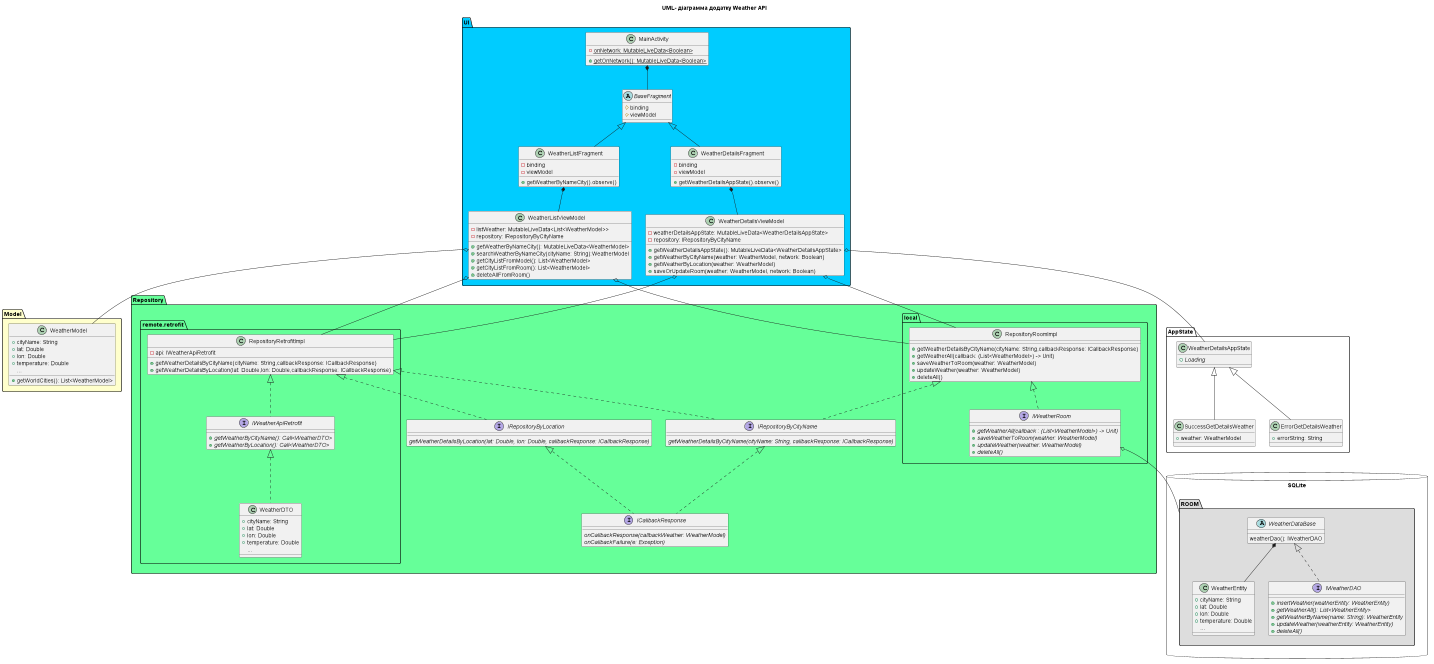
Earlier version of the PlantUML export UML_diagram.png (AlexYach1973/MVVMRetrofitRoom). The source it was exported from:
```plantuml
@startuml

title
UML- діаграмма додатку Weather API
end title

package Model #FFFFCC {
    class WeatherModel {
        + cityName: String
        + lat: Double
        + lon: Double
        + temperature: Double
        ...
        + getWorldCities(): List<WeatherModel>
    }
}

package UI #00CCFF {

    class MainActivity {
    - {static}onNetwork: MutableLiveData<Boolean>
    + {static}getOnNetwork(): MutableLiveData<Boolean>
    }
    abstract class BaseFragment{
     #binding
     #viewModel
    }

    class WeatherListFragment{
        - binding
        - viewModel
        + getWeatherByNameCity().observe()
    }
    class WeatherListViewModel{
    - listWeather: MutableLiveData<List<WeatherModel>>
    - repository: IRepositoryByCityName
    + getWeatherByNameCity(): MutableLiveData<WeatherModel>
    + searchWeatherByNameCity(cityName: String):WeatherModel
    + getCityListFromModel(): List<WeatherModel>
    + getCityListFromRoom(): List<WeatherModel>
    + deleteAllFromRoom()
    }

    class WeatherDetailsFragment{
        - binding
        - viewModel
        + getWeatherDetailsAppState().observe()
    }

    class WeatherDetailsViewModel{
        - weatherDetailsAppState: MutableLiveData<WeatherDetailsAppState>
        - repository: IRepositoryByCityName
        + getWeatherDetailsAppState(): MutableLiveData<WeatherDetailsAppState>
        + getWeatherByCityName(weather: WeatherModel, network: Boolean)
        + getWeatherByLocation(weather: WeatherModel)
        + saveOrUpdateRoom(weather: WeatherModel, network: Boolean)
    }

}


package AppState {

class WeatherDetailsAppState {

        + {abstract} Loading
        }
    class SuccessGetDetailsWeather {
        + weather: WeatherModel
    }
    class ErrorGetDetailsWeather{
        + errorString: String
    }

}

package Repository #66FF99 {
    interface IRepositoryByCityName {
    {abstract}getWeatherDetailsByCityName(cityName: String, callbackResponse: ICallbackResponse)
     }
    interface IRepositoryByLocation {
    {abstract}getWeatherDetailsByLocation(lat: Double, lon: Double, callbackResponse: ICallbackResponse)
    }
    interface ICallbackResponse {
        {abstract}onCallbackResponse(callbackWeather: WeatherModel)
        {abstract}onCallbackFailure(e: Exception)
    }


    package local {
        interface IWeatherRoom {
            + {abstract}getWeatherAll(callback : (List<WeatherModel>) -> Unit)
            + {abstract}saveWeatherToRoom(weather: WeatherModel)
            + {abstract}updateWeather(weather: WeatherModel)
            + {abstract}deleteAll()
        }
        class RepositoryRoomImpl {
            + getWeatherDetailsByCityName(cityName: String,callbackResponse: ICallbackResponse)
            + getWeatherAll(callback: (List<WeatherModel>) -> Unit)
            + saveWeatherToRoom(weather: WeatherModel)
            + updateWeather(weather: WeatherModel)
            + deleteAll()
        }
    }

    package remote.retrofit {
        class WeatherDTO {
            + cityName: String
            + lat: Double
            + lon: Double
            + temperature: Double
            ...
        }

        interface IWeatherApiRetrofit {
        + {abstract}getWeatherByCityName(): Call<WeatherDTO>
        + {abstract}getWeatherByLocation(): Call<WeatherDTO>
        }
        class RepositoryRetrofitImpl {
        - api: IWeatherApiRetrofit
        + getWeatherDetailsByCityName(cityName: String,callbackResponse: ICallbackResponse)
        + getWeatherDetailsByLocation(lat: Double,lon: Double,callbackResponse: ICallbackResponse)
        }
    }
}


database "SQLite" {
package "ROOM" #DDDDDD {
    abstract class WeatherDataBase{
    weatherDao(): IWeatherDAO
    }
    class WeatherEntity{
        + cityName: String
        + lat: Double
        + lon: Double
        + temperature: Double
        ...
    }
    interface IWeatherDAO{
    + {abstract}insertWeather(weatherEntity: WeatherEntity)
    + {abstract}getWeatherAll(): List<WeatherEntity>
    + {abstract}getWeatherByName(name: String): WeatherEntity
    + {abstract}updateWeather(weatherEntity: WeatherEntity)
    + {abstract}deleteAll()
    }
}


MainActivity *-- BaseFragment
BaseFragment <|-- WeatherListFragment
BaseFragment <|-- WeatherDetailsFragment
WeatherListFragment *-- WeatherListViewModel
WeatherDetailsFragment *-- WeatherDetailsViewModel

WeatherDetailsViewModel o-- RepositoryRetrofitImpl
WeatherDetailsViewModel o-- RepositoryRoomImpl

WeatherDetailsAppState <|-- SuccessGetDetailsWeather
WeatherDetailsAppState <|-- ErrorGetDetailsWeather
WeatherDetailsViewModel o-- WeatherDetailsAppState

WeatherListViewModel o-- WeatherModel
WeatherListViewModel o-- RepositoryRoomImpl
WeatherListViewModel o-- RepositoryRetrofitImpl


IRepositoryByCityName <|.. ICallbackResponse
IRepositoryByLocation <|.. ICallbackResponse

RepositoryRoomImpl <|.. IWeatherRoom
RepositoryRoomImpl <|.. IRepositoryByCityName

IWeatherRoom o-- ROOM

RepositoryRetrofitImpl <|.. IWeatherApiRetrofit
RepositoryRetrofitImpl <|.. IRepositoryByCityName
RepositoryRetrofitImpl <|.. IRepositoryByLocation
IWeatherApiRetrofit <|.. WeatherDTO

WeatherDataBase <|.. IWeatherDAO
WeatherDataBase *-- WeatherEntity





@enduml
```
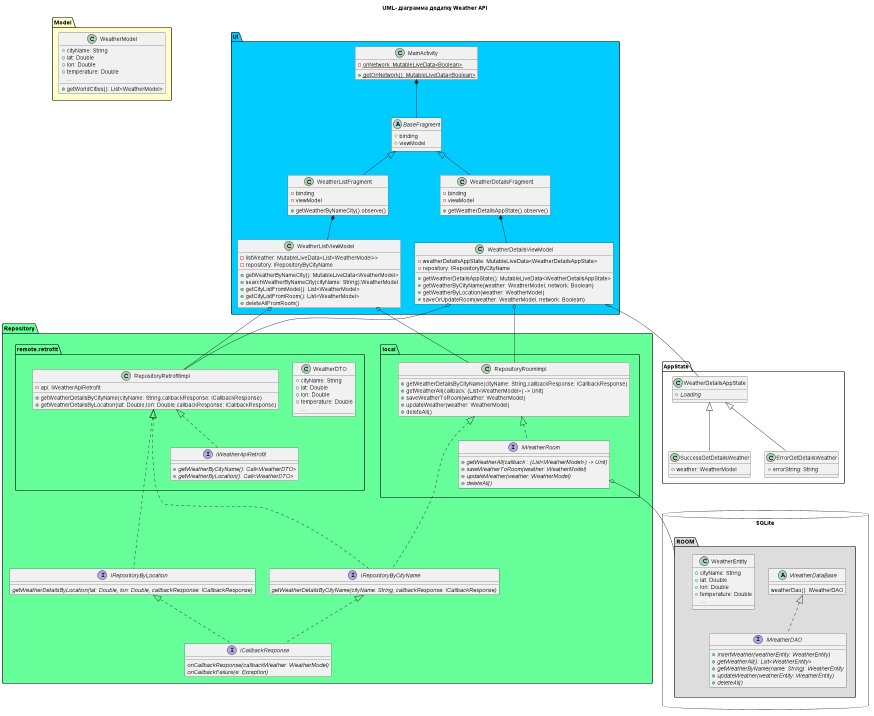
After the commit.

Commit message:
Добавив UML- діаграму

The edit, as a diff of the source:
```diff
@@ -160,7 +160,6 @@
 WeatherDetailsAppState <|-- ErrorGetDetailsWeather
 WeatherDetailsViewModel o-- WeatherDetailsAppState
 
-WeatherListViewModel o-- WeatherModel
 WeatherListViewModel o-- RepositoryRoomImpl
 WeatherListViewModel o-- RepositoryRetrofitImpl
 
@@ -176,13 +175,17 @@
 RepositoryRetrofitImpl <|.. IWeatherApiRetrofit
 RepositoryRetrofitImpl <|.. IRepositoryByCityName
 RepositoryRetrofitImpl <|.. IRepositoryByLocation
-IWeatherApiRetrofit <|.. WeatherDTO
 
 WeatherDataBase <|.. IWeatherDAO
-WeatherDataBase *-- WeatherEntity
 
 
 
 
 
+
+remote.retrofit-[hidden]-->IRepositoryByLocation
+local-[hidden]-->IRepositoryByCityName
+
+
+
 @enduml
```
